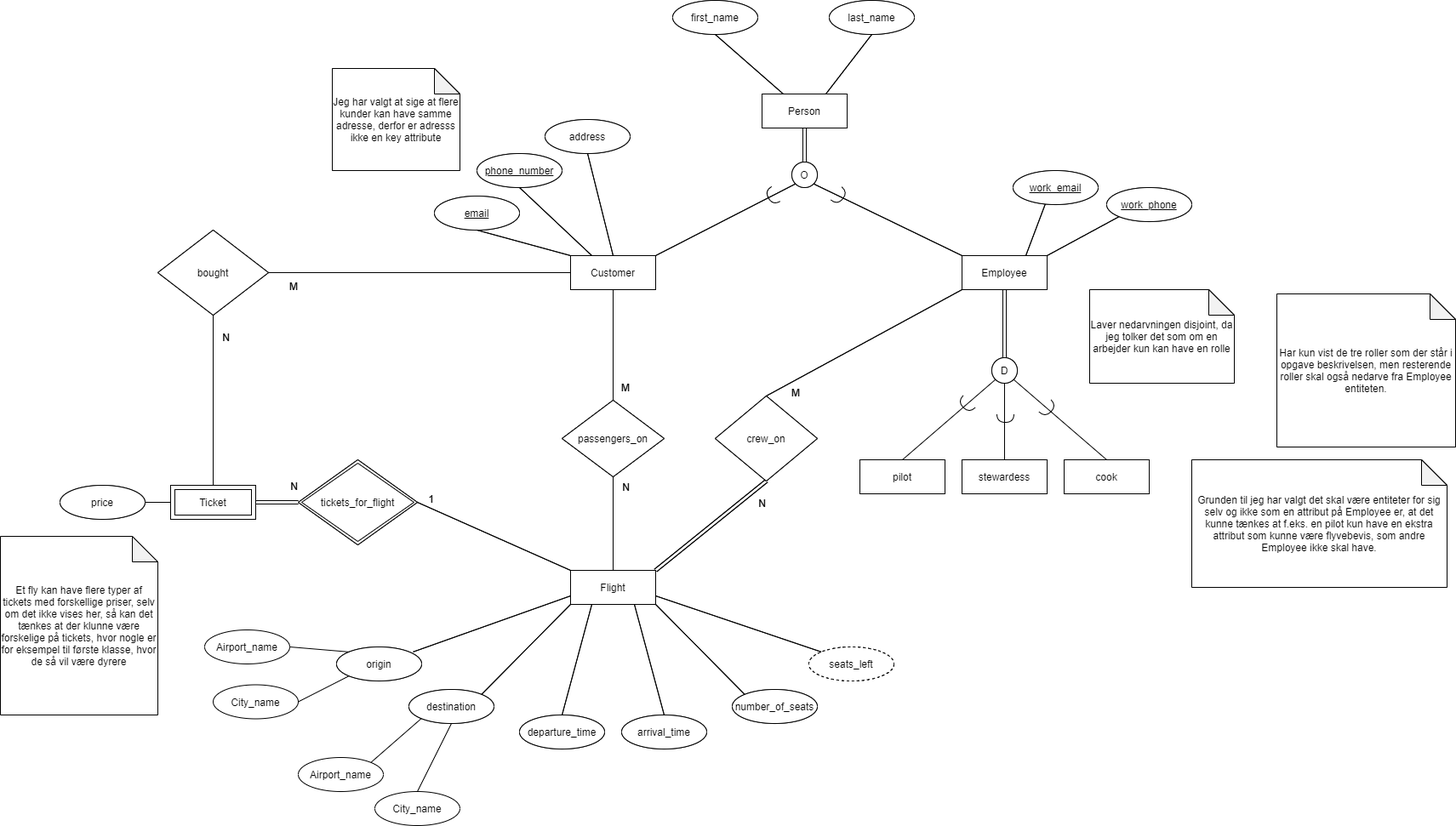
This is Optional assignment/Optional Exercises - SQL Queries. ER Diagrams, Normalization/Optional Exercises - SQL Queries. ER Diagrams, Normalization/EER-diagram.png from alex123a/DM, a draw.io export, as it was before one commit. Source tidied: cells renumbered, new cells last; positions are measured from the earlier drawing's top-left corner, leaving out a move shared by most shapes.
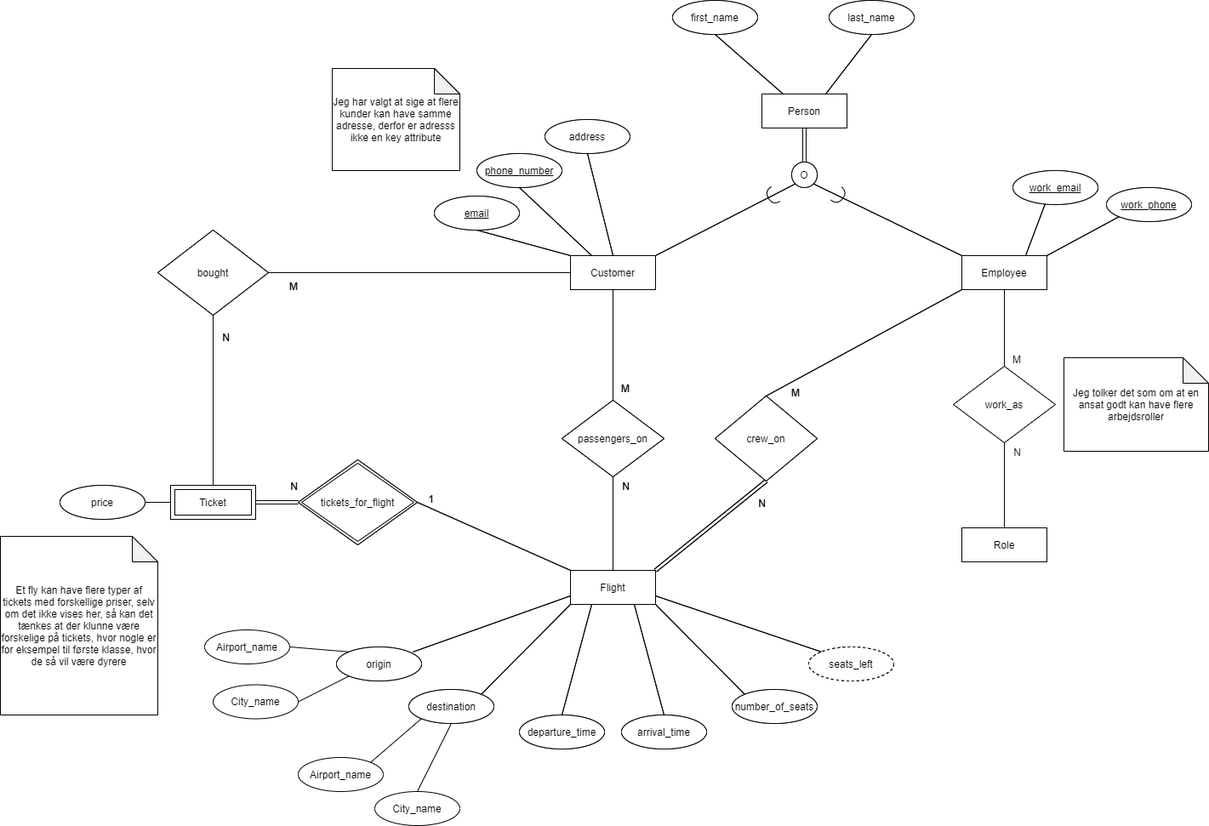
Later version of the same file.

Change to the diagram source:
```diff
@@ -47,38 +47,6 @@
     <mxCell id="16" style="endArrow=none;html=1;exitX=0;exitY=1;exitDx=0;exitDy=0;entryX=1;entryY=0;entryDx=0;entryDy=0;" parent="1" edge="1" source="29" target="14">
       <mxGeometry relative="1" as="geometry" />
     </mxCell>
-    <mxCell id="17" value="pilot" style="whiteSpace=wrap;html=1;align=center;" parent="1" vertex="1">
-      <mxGeometry x="1010" y="540" width="100" height="40" as="geometry" />
-    </mxCell>
-    <mxCell id="18" value="stewardess" style="whiteSpace=wrap;html=1;align=center;" parent="1" vertex="1">
-      <mxGeometry x="1130" y="540" width="100" height="40" as="geometry" />
-    </mxCell>
-    <mxCell id="19" value="cook" style="whiteSpace=wrap;html=1;align=center;" parent="1" vertex="1">
-      <mxGeometry x="1250" y="540" width="100" height="40" as="geometry" />
-    </mxCell>
-    <mxCell id="20" value="Har kun vist de tre roller som der står i opgave beskrivelsen, men resterende roller skal også nedarve fra Employee entiteten." style="shape=note;whiteSpace=wrap;html=1;backgroundOutline=1;darkOpacity=0.05;" parent="1" vertex="1">
-      <mxGeometry x="1500" y="345" width="210" height="180" as="geometry" />
-    </mxCell>
-    <mxCell id="21" style="shape=link;html=1;exitX=0.5;exitY=1;exitDx=0;exitDy=0;" parent="1" edge="1" source="14">
-      <mxGeometry relative="1" as="geometry">
-        <mxPoint x="1180" y="420" as="targetPoint" />
-      </mxGeometry>
-    </mxCell>
-    <mxCell id="22" value="D" style="ellipse;whiteSpace=wrap;html=1;shadow=0;sketch=0;strokeWidth=1;gradientColor=#ffffff;" parent="1" vertex="1">
-      <mxGeometry x="1165" y="420" width="30" height="30" as="geometry" />
-    </mxCell>
-    <mxCell id="23" value="Laver nedarvningen disjoint, da jeg tolker det som om en arbejder kun kan have en rolle" style="shape=note;whiteSpace=wrap;html=1;backgroundOutline=1;darkOpacity=0.05;shadow=0;sketch=0;strokeWidth=1;gradientColor=#ffffff;" parent="1" vertex="1">
-      <mxGeometry x="1280" y="340" width="170" height="110" as="geometry" />
-    </mxCell>
-    <mxCell id="24" style="endArrow=none;html=1;exitX=0.5;exitY=0;exitDx=0;exitDy=0;entryX=0;entryY=1;entryDx=0;entryDy=0;" parent="1" edge="1" source="17" target="22">
-      <mxGeometry relative="1" as="geometry" />
-    </mxCell>
-    <mxCell id="25" style="endArrow=none;html=1;exitX=0.5;exitY=0;exitDx=0;exitDy=0;entryX=0.5;entryY=1;entryDx=0;entryDy=0;" parent="1" edge="1" source="18" target="22">
-      <mxGeometry relative="1" as="geometry" />
-    </mxCell>
-    <mxCell id="26" style="endArrow=none;html=1;exitX=0.5;exitY=0;exitDx=0;exitDy=0;entryX=1;entryY=1;entryDx=0;entryDy=0;" parent="1" edge="1" source="19" target="22">
-      <mxGeometry relative="1" as="geometry" />
-    </mxCell>
     <mxCell id="27" value="price" style="ellipse;whiteSpace=wrap;html=1;align=center;shadow=0;sketch=0;strokeWidth=1;gradientColor=#ffffff;" parent="1" vertex="1">
       <mxGeometry x="70" y="570" width="100" height="40" as="geometry" />
     </mxCell>
@@ -109,9 +77,6 @@
     <mxCell id="36" style="endArrow=none;html=1;exitX=0;exitY=0;exitDx=0;exitDy=0;entryX=1;entryY=1;entryDx=0;entryDy=0;" parent="1" edge="1" source="14" target="34">
       <mxGeometry relative="1" as="geometry" />
     </mxCell>
-    <mxCell id="37" value="Grunden til jeg har valgt det skal være entiteter for sig selv og ikke som en attribut på Employee er, at det kunne tænkes at f.eks. en pilot kun have en ekstra attribut som kunne være flyvebevis, som andre Employee ikke skal have." style="shape=note;whiteSpace=wrap;html=1;backgroundOutline=1;darkOpacity=0.05;" parent="1" vertex="1">
-      <mxGeometry x="1400" y="540" width="300" height="150" as="geometry" />
-    </mxCell>
     <mxCell id="38" value="seats_left" style="ellipse;whiteSpace=wrap;html=1;align=center;dashed=1;" parent="1" vertex="1">
       <mxGeometry x="950" y="760" width="100" height="40" as="geometry" />
     </mxCell>
@@ -274,32 +239,9 @@
     <mxCell id="85" style="endArrow=none;html=1;exitX=0;exitY=1;exitDx=0;exitDy=0;entryX=1;entryY=0;entryDx=0;entryDy=0;" parent="1" edge="1" source="96" target="83">
       <mxGeometry relative="1" as="geometry" />
     </mxCell>
-    <mxCell id="86" value="pilot" style="whiteSpace=wrap;html=1;align=center;" parent="1" vertex="1">
-      <mxGeometry x="1010" y="540" width="100" height="40" as="geometry" />
-    </mxCell>
-    <mxCell id="87" value="stewardess" style="whiteSpace=wrap;html=1;align=center;" parent="1" vertex="1">
-      <mxGeometry x="1130" y="540" width="100" height="40" as="geometry" />
-    </mxCell>
-    <mxCell id="88" value="cook" style="whiteSpace=wrap;html=1;align=center;" parent="1" vertex="1">
-      <mxGeometry x="1250" y="540" width="100" height="40" as="geometry" />
-    </mxCell>
-    <mxCell id="89" value="Har kun vist de tre roller som der står i opgave beskrivelsen, men resterende roller skal også nedarve fra Employee entiteten." style="shape=note;whiteSpace=wrap;html=1;backgroundOutline=1;darkOpacity=0.05;" parent="1" vertex="1">
-      <mxGeometry x="1500" y="345" width="210" height="180" as="geometry" />
-    </mxCell>
-    <mxCell id="90" style="shape=link;html=1;exitX=0.5;exitY=1;exitDx=0;exitDy=0;" parent="1" edge="1" source="83">
-      <mxGeometry relative="1" as="geometry">
-        <mxPoint x="1180" y="420" as="targetPoint" />
-      </mxGeometry>
-    </mxCell>
-    <mxCell id="91" value="D" style="ellipse;whiteSpace=wrap;html=1;shadow=0;sketch=0;strokeWidth=1;gradientColor=#ffffff;" parent="1" vertex="1">
-      <mxGeometry x="1165" y="420" width="30" height="30" as="geometry" />
-    </mxCell>
-    <mxCell id="92" value="Laver nedarvningen disjoint, da jeg tolker det som om en arbejder kun kan have en rolle" style="shape=note;whiteSpace=wrap;html=1;backgroundOutline=1;darkOpacity=0.05;shadow=0;sketch=0;strokeWidth=1;gradientColor=#ffffff;" parent="1" vertex="1">
-      <mxGeometry x="1280" y="340" width="170" height="110" as="geometry" />
+    <mxCell id="92" value="Jeg tolker det som om at en ansat godt kan have flere arbejdsroller" style="shape=note;whiteSpace=wrap;html=1;backgroundOutline=1;darkOpacity=0.05;shadow=0;sketch=0;strokeWidth=1;gradientColor=#ffffff;" parent="1" vertex="1">
+      <mxGeometry x="1250" y="420" width="170" height="110" as="geometry" />
     </mxCell>
-    <mxCell id="93" style="endArrow=none;html=1;exitX=0.5;exitY=0;exitDx=0;exitDy=0;entryX=0.5;entryY=1;entryDx=0;entryDy=0;" parent="1" edge="1" source="87" target="91">
-      <mxGeometry relative="1" as="geometry" />
-    </mxCell>
     <mxCell id="94" value="price" style="ellipse;whiteSpace=wrap;html=1;align=center;shadow=0;sketch=0;strokeWidth=1;gradientColor=#ffffff;" parent="1" vertex="1">
       <mxGeometry x="70" y="570" width="100" height="40" as="geometry" />
     </mxCell>
@@ -330,9 +272,6 @@
     <mxCell id="103" style="endArrow=none;html=1;exitX=0;exitY=0;exitDx=0;exitDy=0;entryX=1;entryY=1;entryDx=0;entryDy=0;" parent="1" edge="1" source="83" target="101">
       <mxGeometry relative="1" as="geometry" />
     </mxCell>
-    <mxCell id="104" value="Grunden til jeg har valgt det skal være entiteter for sig selv og ikke som en attribut på Employee er, at det kunne tænkes at f.eks. en pilot kun have en ekstra attribut som kunne være flyvebevis, som andre Employee ikke skal have." style="shape=note;whiteSpace=wrap;html=1;backgroundOutline=1;darkOpacity=0.05;" parent="1" vertex="1">
-      <mxGeometry x="1400" y="540" width="300" height="150" as="geometry" />
-    </mxCell>
     <mxCell id="105" value="seats_left" style="ellipse;whiteSpace=wrap;html=1;align=center;dashed=1;" parent="1" vertex="1">
       <mxGeometry x="950" y="760" width="100" height="40" as="geometry" />
     </mxCell>
@@ -453,15 +392,6 @@
         <mxPoint x="20" y="35.2" as="offset" />
       </mxGeometry>
     </mxCell>
-    <mxCell id="139" style="shape=requiredInterface;html=1;verticalLabelPosition=bottom;rotation=135;" parent="1" vertex="1">
-      <mxGeometry x="1130" y="465" width="10" height="20" as="geometry" />
-    </mxCell>
-    <mxCell id="140" style="shape=requiredInterface;html=1;verticalLabelPosition=bottom;rotation=90;" parent="1" vertex="1">
-      <mxGeometry x="1176" y="481" width="10" height="20" as="geometry" />
-    </mxCell>
-    <mxCell id="141" style="shape=requiredInterface;html=1;verticalLabelPosition=bottom;rotation=45;" parent="1" vertex="1">
-      <mxGeometry x="1226" y="470" width="10" height="20" as="geometry" />
-    </mxCell>
     <mxCell id="142" style="shape=requiredInterface;html=1;verticalLabelPosition=bottom;rotation=-210;" parent="1" vertex="1">
       <mxGeometry x="902" y="220" width="10" height="20" as="geometry" />
     </mxCell>
@@ -492,5 +422,27 @@
     <mxCell id="151" style="endArrow=none;html=1;exitX=0.5;exitY=0;exitDx=0;exitDy=0;entryX=0.5;entryY=1;entryDx=0;entryDy=0;" parent="1" edge="1" source="145" target="107">
       <mxGeometry relative="1" as="geometry" />
     </mxCell>
+    <mxCell id="152" value="Role" style="whiteSpace=wrap;html=1;align=center;" parent="1" vertex="1">
+      <mxGeometry x="1130" y="620" width="100" height="40" as="geometry" />
+    </mxCell>
+    <mxCell id="153" value="work_as" style="shape=rhombus;perimeter=rhombusPerimeter;whiteSpace=wrap;html=1;align=center;" parent="1" vertex="1">
+      <mxGeometry x="1120" y="430" width="120" height="90" as="geometry" />
+    </mxCell>
+    <mxCell id="154" style="endArrow=none;html=1;rounded=0;exitX=0.5;exitY=1;exitDx=0;exitDy=0;entryX=0.5;entryY=0;entryDx=0;entryDy=0;" parent="1" edge="1" source="83" target="153">
+      <mxGeometry relative="1" as="geometry" />
+    </mxCell>
+    <mxCell id="155" value="M" style="html=1;align=right;verticalAlign=bottom;" parent="154" vertex="1">
+      <mxGeometry x="1" relative="1" as="geometry">
+        <mxPoint x="20" as="offset" />
+      </mxGeometry>
+    </mxCell>
+    <mxCell id="156" style="endArrow=none;html=1;rounded=0;exitX=0.5;exitY=0;exitDx=0;exitDy=0;entryX=0.5;entryY=1;entryDx=0;entryDy=0;" parent="1" edge="1" source="152" target="153">
+      <mxGeometry relative="1" as="geometry" />
+    </mxCell>
+    <mxCell id="157" value="N" style="html=1;align=right;verticalAlign=bottom;" parent="156" vertex="1">
+      <mxGeometry x="1" relative="1" as="geometry">
+        <mxPoint x="20" y="20" as="offset" />
+      </mxGeometry>
+    </mxCell>
   </root>
 </mxGraphModel>
```
